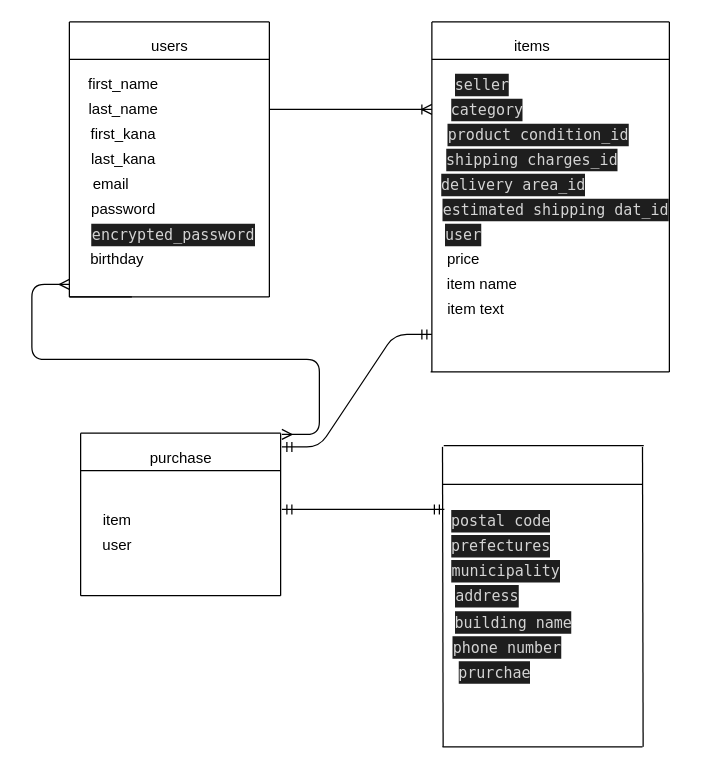
tomoyamiyata/furima-33523 keeps this draw.io diagram as ER.dio. Above is the earlier version. Source tidied: cells renumbered, new cells numbered last; positions are measured from the earlier drawing's top-left corner, leaving out a move shared by most shapes. Both pictures are drawn from the tidied source at 125%, with x=0, y=0 at pixel (69, 21).
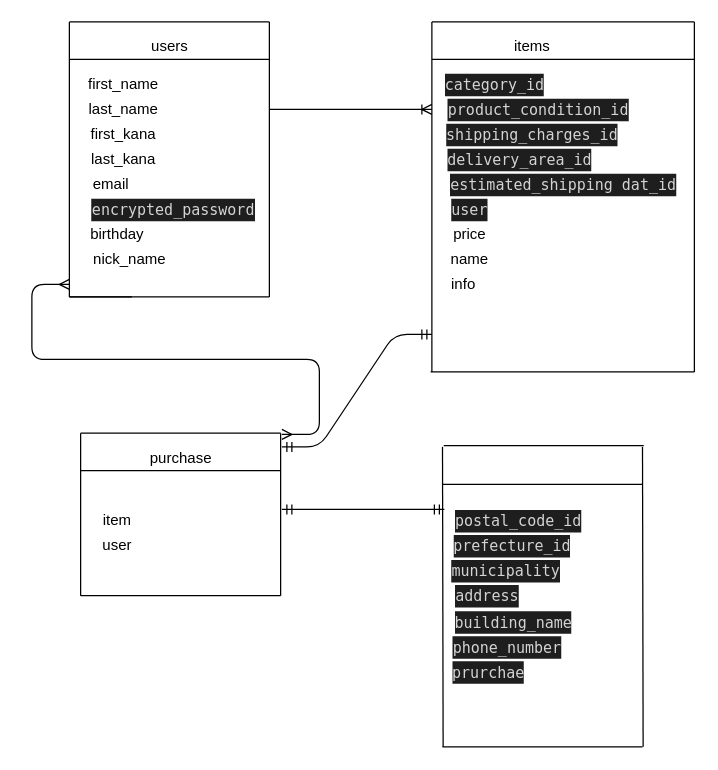
Above is the later version.

Commit message (it also covers changes not shown here):
データベース設計var.2

Diff of the diagram source:
```diff
@@
-    <mxCell id="9" value="password" style="text;html=1;align=center;verticalAlign=middle;" parent="1" vertex="1">
-      <mxGeometry x="8" y="140" width="70" height="20" as="geometry" />
-    </mxCell>
@@
     <mxCell id="11" style="endArrow=none;html=1;rounded=0;" parent="1" edge="1">
       <mxGeometry relative="1" as="geometry">
         <mxPoint x="290" as="sourcePoint" />
-        <mxPoint x="480" as="targetPoint" />
+        <mxPoint x="500" as="targetPoint" />
       </mxGeometry>
     </mxCell>
@@
     <mxCell id="13" style="endArrow=none;html=1;rounded=0;" parent="1" edge="1">
       <mxGeometry relative="1" as="geometry">
-        <mxPoint x="480" as="sourcePoint" />
-        <mxPoint x="480" y="280" as="targetPoint" />
+        <mxPoint x="500" as="sourcePoint" />
+        <mxPoint x="500" y="280" as="targetPoint" />
       </mxGeometry>
     </mxCell>
     <mxCell id="14" style="endArrow=none;html=1;rounded=0;" parent="1" edge="1">
       <mxGeometry relative="1" as="geometry">
         <mxPoint x="290" y="30" as="sourcePoint" />
-        <mxPoint x="480" y="30" as="targetPoint" />
+        <mxPoint x="500" y="30" as="targetPoint" />
       </mxGeometry>
     </mxCell>
@@
-    <mxCell id="16" value="&lt;div style=&quot;color: rgb(212 , 212 , 212) ; background-color: rgb(30 , 30 , 30) ; font-family: &amp;#34;menlo&amp;#34; , &amp;#34;monaco&amp;#34; , &amp;#34;courier new&amp;#34; , monospace ; line-height: 18px&quot;&gt;seller&lt;/div&gt;" style="text;html=1;align=center;verticalAlign=middle;" parent="1" vertex="1">
-      <mxGeometry x="299.5" y="40" width="60" height="20" as="geometry" />
-    </mxCell>
-    <mxCell id="17" value="&lt;div style=&quot;color: rgb(212 , 212 , 212) ; background-color: rgb(30 , 30 , 30) ; font-family: &amp;#34;menlo&amp;#34; , &amp;#34;monaco&amp;#34; , &amp;#34;courier new&amp;#34; , monospace ; line-height: 18px&quot;&gt;category&lt;/div&gt;" style="text;html=1;align=center;verticalAlign=middle;" parent="1" vertex="1">
-      <mxGeometry x="299" y="60" width="70" height="20" as="geometry" />
+    <mxCell id="17" value="&lt;div style=&quot;color: rgb(212 , 212 , 212) ; background-color: rgb(30 , 30 , 30) ; font-family: &amp;#34;menlo&amp;#34; , &amp;#34;monaco&amp;#34; , &amp;#34;courier new&amp;#34; , monospace ; line-height: 18px&quot;&gt;category_id&lt;/div&gt;" style="text;html=1;align=center;verticalAlign=middle;" parent="1" vertex="1">
+      <mxGeometry x="294.5" y="40" width="90" height="20" as="geometry" />
     </mxCell>
-    <mxCell id="18" value="&lt;div style=&quot;color: rgb(212 , 212 , 212) ; background-color: rgb(30 , 30 , 30) ; font-family: &amp;#34;menlo&amp;#34; , &amp;#34;monaco&amp;#34; , &amp;#34;courier new&amp;#34; , monospace ; line-height: 18px&quot;&gt;product condition_id&lt;/div&gt;" style="text;html=1;align=center;verticalAlign=middle;" parent="1" vertex="1">
-      <mxGeometry x="294.5" y="80" width="160" height="20" as="geometry" />
+    <mxCell id="18" value="&lt;div style=&quot;color: rgb(212 , 212 , 212) ; background-color: rgb(30 , 30 , 30) ; font-family: &amp;#34;menlo&amp;#34; , &amp;#34;monaco&amp;#34; , &amp;#34;courier new&amp;#34; , monospace ; line-height: 18px&quot;&gt;product_condition_id&lt;/div&gt;" style="text;html=1;align=center;verticalAlign=middle;" parent="1" vertex="1">
+      <mxGeometry x="294.5" y="60" width="160" height="20" as="geometry" />
     </mxCell>
-    <mxCell id="19" value="&lt;div style=&quot;color: rgb(212 , 212 , 212) ; background-color: rgb(30 , 30 , 30) ; font-family: &amp;#34;menlo&amp;#34; , &amp;#34;monaco&amp;#34; , &amp;#34;courier new&amp;#34; , monospace ; line-height: 18px&quot;&gt;shipping charges_id&lt;/div&gt;" style="text;html=1;align=center;verticalAlign=middle;" parent="1" vertex="1">
-      <mxGeometry x="294.5" y="100" width="150" height="20" as="geometry" />
+    <mxCell id="19" value="&lt;div style=&quot;color: rgb(212 , 212 , 212) ; background-color: rgb(30 , 30 , 30) ; font-family: &amp;#34;menlo&amp;#34; , &amp;#34;monaco&amp;#34; , &amp;#34;courier new&amp;#34; , monospace ; line-height: 18px&quot;&gt;shipping_charges_id&lt;/div&gt;" style="text;html=1;align=center;verticalAlign=middle;" parent="1" vertex="1">
+      <mxGeometry x="294.5" y="80" width="150" height="20" as="geometry" />
     </mxCell>
     <mxCell id="20" style="endArrow=none;html=1;rounded=0;" parent="1" edge="1">
       <mxGeometry relative="1" as="geometry">
         <mxPoint x="289" y="280" as="sourcePoint" />
-        <mxPoint x="480" y="280" as="targetPoint" />
+        <mxPoint x="500" y="280" as="targetPoint" />
       </mxGeometry>
     </mxCell>
@@
-    <mxCell id="32" value="&lt;div style=&quot;color: rgb(212 , 212 , 212) ; background-color: rgb(30 , 30 , 30) ; font-family: &amp;#34;menlo&amp;#34; , &amp;#34;monaco&amp;#34; , &amp;#34;courier new&amp;#34; , monospace ; line-height: 18px&quot;&gt;postal code&lt;/div&gt;" style="text;html=1;align=center;verticalAlign=middle;" parent="1" vertex="1">
-      <mxGeometry x="300" y="389" width="90" height="20" as="geometry" />
+    <mxCell id="32" value="&lt;div style=&quot;color: rgb(212 , 212 , 212) ; background-color: rgb(30 , 30 , 30) ; font-family: &amp;#34;menlo&amp;#34; , &amp;#34;monaco&amp;#34; , &amp;#34;courier new&amp;#34; , monospace ; line-height: 18px&quot;&gt;postal_code_id&lt;/div&gt;" style="text;html=1;align=center;verticalAlign=middle;" parent="1" vertex="1">
+      <mxGeometry x="299" y="389" width="120" height="20" as="geometry" />
     </mxCell>
@@
-    <mxCell id="34" value="&lt;div style=&quot;color: rgb(212 , 212 , 212) ; background-color: rgb(30 , 30 , 30) ; font-family: &amp;#34;menlo&amp;#34; , &amp;#34;monaco&amp;#34; , &amp;#34;courier new&amp;#34; , monospace ; line-height: 18px&quot;&gt;delivery area_id&lt;/div&gt;" style="text;html=1;align=center;verticalAlign=middle;" parent="1" vertex="1">
-      <mxGeometry x="290" y="120" width="130" height="20" as="geometry" />
+    <mxCell id="34" value="&lt;div style=&quot;color: rgb(212 , 212 , 212) ; background-color: rgb(30 , 30 , 30) ; font-family: &amp;#34;menlo&amp;#34; , &amp;#34;monaco&amp;#34; , &amp;#34;courier new&amp;#34; , monospace ; line-height: 18px&quot;&gt;delivery_area_id&lt;/div&gt;" style="text;html=1;align=center;verticalAlign=middle;" parent="1" vertex="1">
+      <mxGeometry x="295" y="100" width="130" height="20" as="geometry" />
     </mxCell>
-    <mxCell id="35" value="&lt;div style=&quot;color: rgb(212 , 212 , 212) ; background-color: rgb(30 , 30 , 30) ; font-family: &amp;#34;menlo&amp;#34; , &amp;#34;monaco&amp;#34; , &amp;#34;courier new&amp;#34; , monospace ; line-height: 18px&quot;&gt;estimated shipping dat_id&lt;/div&gt;" style="text;html=1;align=center;verticalAlign=middle;" parent="1" vertex="1">
-      <mxGeometry x="289" y="140" width="200" height="20" as="geometry" />
+    <mxCell id="35" value="&lt;div style=&quot;color: rgb(212 , 212 , 212) ; background-color: rgb(30 , 30 , 30) ; font-family: &amp;#34;menlo&amp;#34; , &amp;#34;monaco&amp;#34; , &amp;#34;courier new&amp;#34; , monospace ; line-height: 18px&quot;&gt;estimated_shipping dat_id&lt;/div&gt;" style="text;html=1;align=center;verticalAlign=middle;" parent="1" vertex="1">
+      <mxGeometry x="294.5" y="120" width="200" height="20" as="geometry" />
     </mxCell>
     <mxCell id="36" value="&lt;div style=&quot;color: rgb(212 , 212 , 212) ; background-color: rgb(30 , 30 , 30) ; font-family: &amp;#34;menlo&amp;#34; , &amp;#34;monaco&amp;#34; , &amp;#34;courier new&amp;#34; , monospace ; line-height: 18px&quot;&gt;user&lt;/div&gt;" style="text;html=1;align=center;verticalAlign=middle;" parent="1" vertex="1">
-      <mxGeometry x="294.5" y="160" width="40" height="20" as="geometry" />
+      <mxGeometry x="300" y="140" width="40" height="20" as="geometry" />
     </mxCell>
@@
-    <mxCell id="39" value="&lt;div style=&quot;color: rgb(212 , 212 , 212) ; background-color: rgb(30 , 30 , 30) ; font-family: &amp;#34;menlo&amp;#34; , &amp;#34;monaco&amp;#34; , &amp;#34;courier new&amp;#34; , monospace ; line-height: 18px&quot;&gt;prefectures&lt;/div&gt;" style="text;html=1;align=center;verticalAlign=middle;" parent="1" vertex="1">
-      <mxGeometry x="300" y="409" width="90" height="20" as="geometry" />
+    <mxCell id="39" value="&lt;div style=&quot;color: rgb(212 , 212 , 212) ; background-color: rgb(30 , 30 , 30) ; font-family: &amp;#34;menlo&amp;#34; , &amp;#34;monaco&amp;#34; , &amp;#34;courier new&amp;#34; , monospace ; line-height: 18px&quot;&gt;prefecture_id&lt;/div&gt;" style="text;html=1;align=center;verticalAlign=middle;" parent="1" vertex="1">
+      <mxGeometry x="299" y="409" width="110" height="20" as="geometry" />
     </mxCell>
@@
-    <mxCell id="42" value="&lt;div style=&quot;color: rgb(212 , 212 , 212) ; background-color: rgb(30 , 30 , 30) ; font-family: &amp;#34;menlo&amp;#34; , &amp;#34;monaco&amp;#34; , &amp;#34;courier new&amp;#34; , monospace ; line-height: 18px&quot;&gt;building name&lt;/div&gt;" style="text;html=1;align=center;verticalAlign=middle;" parent="1" vertex="1">
+    <mxCell id="42" value="&lt;div style=&quot;color: rgb(212 , 212 , 212) ; background-color: rgb(30 , 30 , 30) ; font-family: &amp;#34;menlo&amp;#34; , &amp;#34;monaco&amp;#34; , &amp;#34;courier new&amp;#34; , monospace ; line-height: 18px&quot;&gt;building_name&lt;/div&gt;" style="text;html=1;align=center;verticalAlign=middle;" parent="1" vertex="1">
       <mxGeometry x="300" y="470" width="110" height="20" as="geometry" />
     </mxCell>
-    <mxCell id="43" value="&lt;div style=&quot;color: rgb(212 , 212 , 212) ; background-color: rgb(30 , 30 , 30) ; font-family: &amp;#34;menlo&amp;#34; , &amp;#34;monaco&amp;#34; , &amp;#34;courier new&amp;#34; , monospace ; line-height: 18px&quot;&gt;phone number&lt;/div&gt;" style="text;html=1;align=center;verticalAlign=middle;" parent="1" vertex="1">
+    <mxCell id="43" value="&lt;div style=&quot;color: rgb(212 , 212 , 212) ; background-color: rgb(30 , 30 , 30) ; font-family: &amp;#34;menlo&amp;#34; , &amp;#34;monaco&amp;#34; , &amp;#34;courier new&amp;#34; , monospace ; line-height: 18px&quot;&gt;phone_number&lt;/div&gt;" style="text;html=1;align=center;verticalAlign=middle;" parent="1" vertex="1">
       <mxGeometry x="300" y="490" width="100" height="20" as="geometry" />
     </mxCell>
@@
     <mxCell id="50" value="&lt;div style=&quot;color: rgb(212 , 212 , 212) ; background-color: rgb(30 , 30 , 30) ; font-family: &amp;#34;menlo&amp;#34; , &amp;#34;monaco&amp;#34; , &amp;#34;courier new&amp;#34; , monospace ; line-height: 18px&quot;&gt;prurchae&lt;/div&gt;" style="text;html=1;align=center;verticalAlign=middle;" parent="1" vertex="1">
-      <mxGeometry x="304.5" y="510" width="70" height="20" as="geometry" />
+      <mxGeometry x="300" y="510" width="70" height="20" as="geometry" />
     </mxCell>
     <mxCell id="51" value="price" style="text;html=1;align=center;verticalAlign=middle;" parent="1" vertex="1">
-      <mxGeometry x="294.5" y="180" width="40" height="20" as="geometry" />
+      <mxGeometry x="300" y="160" width="40" height="20" as="geometry" />
     </mxCell>
-    <mxCell id="52" value="item name" style="text;html=1;align=center;verticalAlign=middle;" parent="1" vertex="1">
-      <mxGeometry x="294.5" y="200" width="70" height="20" as="geometry" />
+    <mxCell id="52" value="name" style="text;html=1;align=center;verticalAlign=middle;" parent="1" vertex="1">
+      <mxGeometry x="294.5" y="180" width="50" height="20" as="geometry" />
     </mxCell>
-    <mxCell id="53" value="item text" style="text;html=1;align=center;verticalAlign=middle;" parent="1" vertex="1">
-      <mxGeometry x="294.5" y="220" width="60" height="20" as="geometry" />
+    <mxCell id="53" value="info" style="text;html=1;align=center;verticalAlign=middle;" parent="1" vertex="1">
+      <mxGeometry x="300" y="200" width="30" height="20" as="geometry" />
     </mxCell>
     <mxCell id="54" value="&lt;div style=&quot;color: rgb(212 , 212 , 212) ; background-color: rgb(30 , 30 , 30) ; font-family: &amp;#34;menlo&amp;#34; , &amp;#34;monaco&amp;#34; , &amp;#34;courier new&amp;#34; , monospace ; line-height: 18px&quot;&gt;encrypted_password&lt;/div&gt;" style="text;html=1;align=center;verticalAlign=middle;" parent="1" vertex="1">
-      <mxGeometry x="8" y="160" width="150" height="20" as="geometry" />
+      <mxGeometry x="8" y="140" width="150" height="20" as="geometry" />
     </mxCell>
     <mxCell id="55" value="birthday" style="text;html=1;align=center;verticalAlign=middle;" parent="1" vertex="1">
-      <mxGeometry x="8" y="180" width="60" height="20" as="geometry" />
+      <mxGeometry x="8" y="160" width="60" height="20" as="geometry" />
     </mxCell>
@@
+    <mxCell id="59" value="nick_name" style="text;html=1;align=center;verticalAlign=middle;" parent="1" vertex="1">
+      <mxGeometry x="13" y="180" width="70" height="20" as="geometry" />
+    </mxCell>
```
